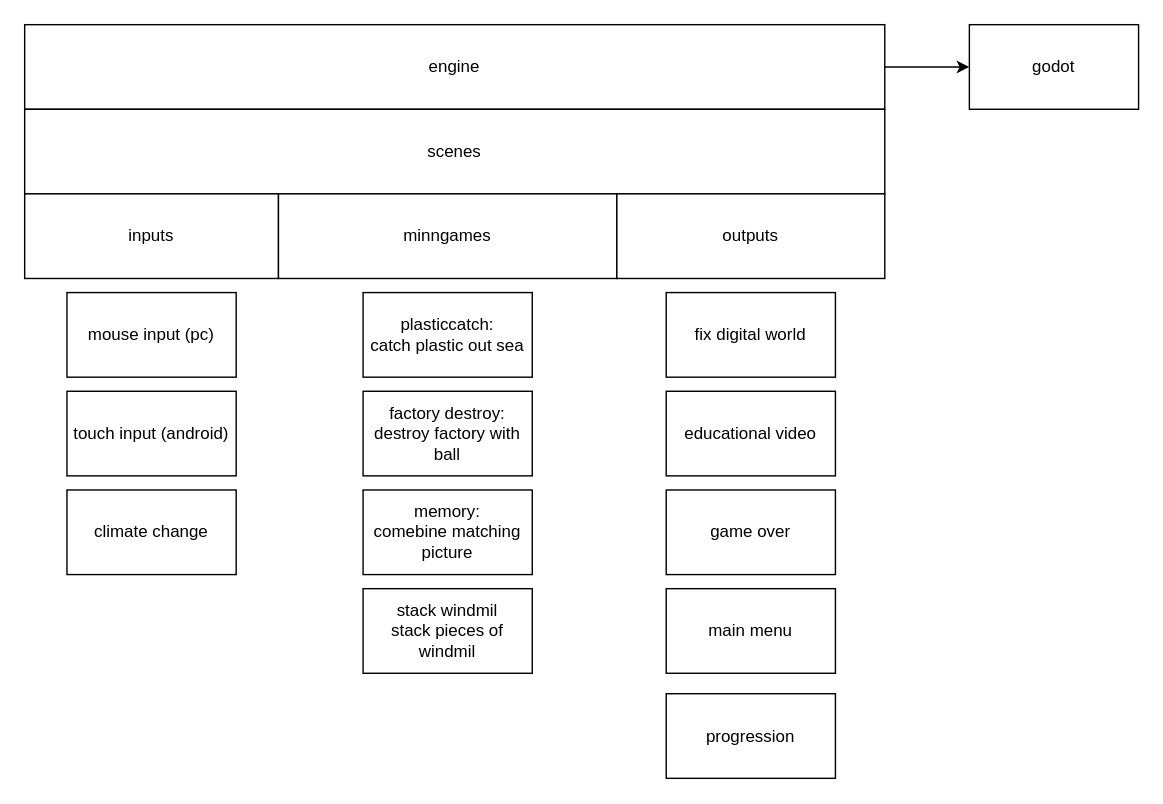
This is Untitled Diagram.drawio from vives-project-xp/EducationalGame2, a draw.io file, before an edit. Source tidied: cells renumbered, new cells numbered last; positions are measured from the earlier drawing's top-left corner, leaving out a move shared by most shapes. Both pictures are drawn from the tidied source at 141%, with x=0, y=0 at pixel (24, 24).
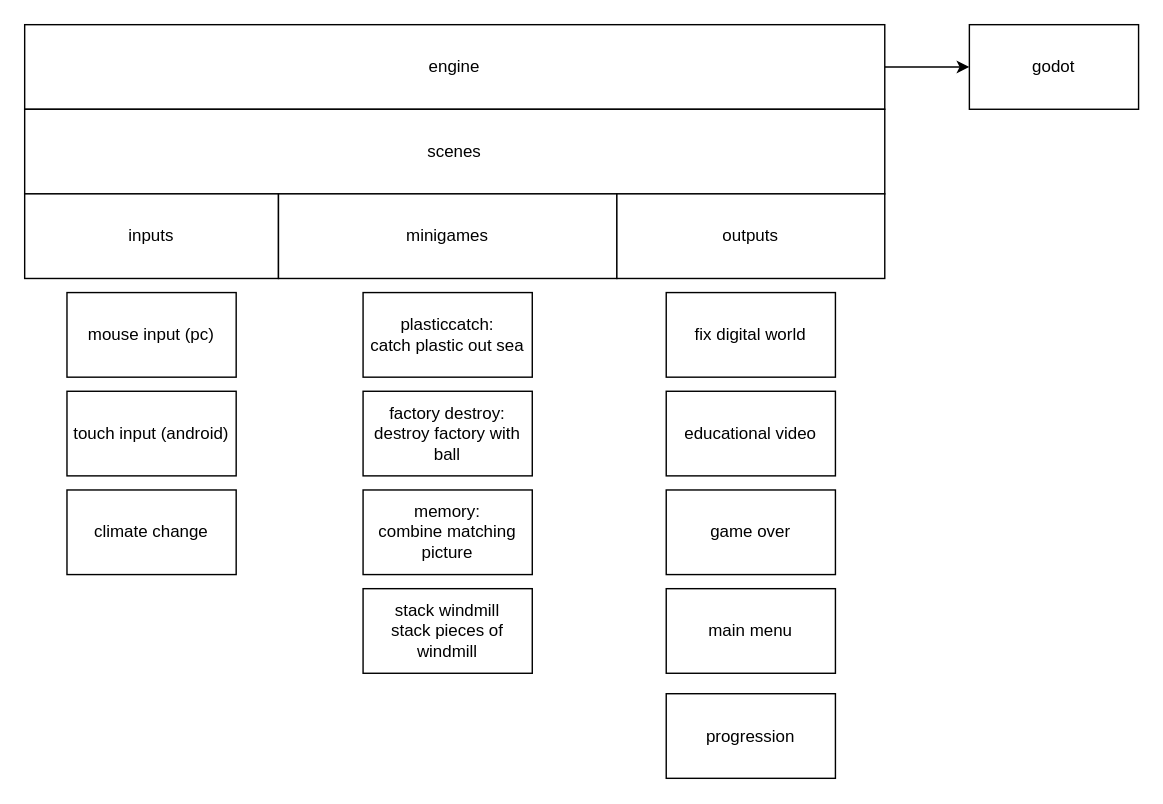
The same diagram, later.

What changed in the source:
```diff
@@
-    <mxCell id="6" value="minngames" style="rounded=0;whiteSpace=wrap;html=1;" parent="1" vertex="1">
+    <mxCell id="6" value="minigames" style="rounded=0;whiteSpace=wrap;html=1;" parent="1" vertex="1">
       <mxGeometry x="180" y="120" width="240" height="60" as="geometry" />
     </mxCell>
@@
-    <mxCell id="9" value="memory:&lt;br&gt;comebine matching picture" style="rounded=0;whiteSpace=wrap;html=1;" parent="1" vertex="1">
+    <mxCell id="9" value="memory:&lt;br&gt;combine matching picture" style="rounded=0;whiteSpace=wrap;html=1;" parent="1" vertex="1">
       <mxGeometry x="240" y="330" width="120" height="60" as="geometry" />
     </mxCell>
@@
-    <mxCell id="11" value="stack windmil&lt;br&gt;stack pieces of windmil" style="rounded=0;whiteSpace=wrap;html=1;" parent="1" vertex="1">
+    <mxCell id="11" value="stack windmill&lt;br&gt;stack pieces of windmill" style="rounded=0;whiteSpace=wrap;html=1;" parent="1" vertex="1">
       <mxGeometry x="240" y="400" width="120" height="60" as="geometry" />
     </mxCell>
```
